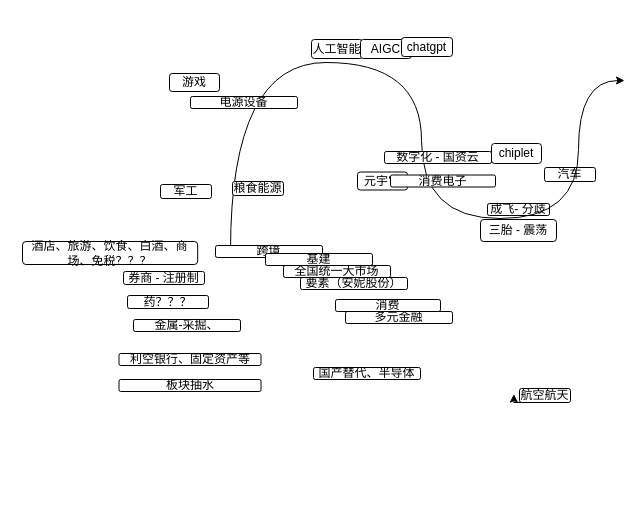
Above: menus/每日头脑风暴.drawio in Asamiyaa/microservice-k8s-yun (draw.io), before the change. Source tidied: cells renumbered, new cells numbered last; positions are measured from the earlier drawing's top-left corner, leaving out a move shared by most shapes. Both pictures are drawn from the tidied source at 100%, with x=0, y=0 at pixel (22, 37).
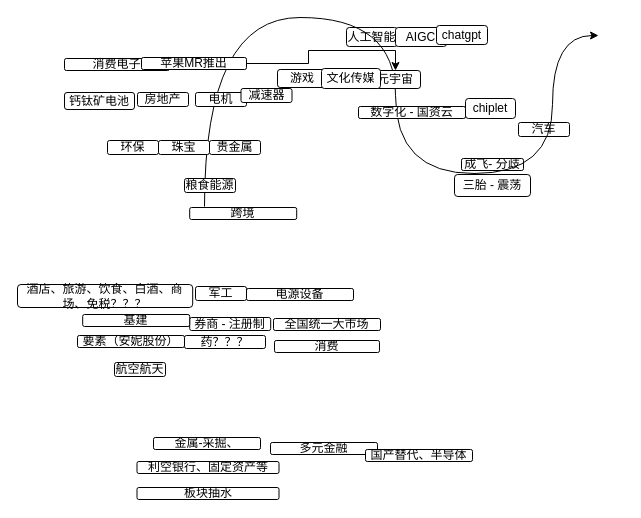
The same page after the edit.

Commit message:
更新每日头脑风暴.drawio

The edit, as a diff of the source:
```diff
@@
     <mxCell id="2" value="人工智能" style="rounded=1;whiteSpace=wrap;html=1;" parent="1" vertex="1">
-      <mxGeometry x="289" y="2" width="51" height="19" as="geometry" />
+      <mxGeometry x="324" y="-10" width="51" height="19" as="geometry" />
     </mxCell>
     <mxCell id="3" value="成飞- 分歧" style="rounded=1;whiteSpace=wrap;html=1;" parent="1" vertex="1">
-      <mxGeometry x="465" y="166" width="62" height="12" as="geometry" />
+      <mxGeometry x="439" y="121" width="62" height="12" as="geometry" />
     </mxCell>
     <mxCell id="4" value="三胎 - 震荡" style="rounded=1;whiteSpace=wrap;html=1;" parent="1" vertex="1">
-      <mxGeometry x="458" y="182" width="76" height="22" as="geometry" />
+      <mxGeometry x="432" y="137" width="76" height="22" as="geometry" />
     </mxCell>
     <mxCell id="5" value="汽车" style="rounded=1;whiteSpace=wrap;html=1;" parent="1" vertex="1">
-      <mxGeometry x="522" y="130" width="51" height="14" as="geometry" />
+      <mxGeometry x="496" y="85" width="51" height="14" as="geometry" />
     </mxCell>
     <mxCell id="6" style="edgeStyle=orthogonalEdgeStyle;curved=1;rounded=0;orthogonalLoop=1;jettySize=auto;html=1;exitX=1;exitY=0.5;exitDx=0;exitDy=0;" parent="1" edge="1">
       <mxGeometry relative="1" as="geometry">
-        <mxPoint x="208" y="214" as="sourcePoint" />
-        <mxPoint x="602" y="43" as="targetPoint" />
+        <mxPoint x="182" y="169" as="sourcePoint" />
+        <mxPoint x="576" y="-2" as="targetPoint" />
         <Array as="points">
-          <mxPoint x="208" y="25" />
-          <mxPoint x="399" y="25" />
-          <mxPoint x="399" y="181" />
-          <mxPoint x="556" y="181" />
+          <mxPoint x="182" y="-20" />
+          <mxPoint x="373" y="-20" />
+          <mxPoint x="373" y="136" />
+          <mxPoint x="530" y="136" />
         </Array>
       </mxGeometry>
     </mxCell>
     <mxCell id="7" value="券商 - 注册制" style="rounded=1;whiteSpace=wrap;html=1;" parent="1" vertex="1">
-      <mxGeometry x="101" y="234" width="81" height="13" as="geometry" />
+      <mxGeometry x="167.2" y="280" width="81" height="13" as="geometry" />
     </mxCell>
     <mxCell id="8" value="金属-采掘、" style="rounded=1;whiteSpace=wrap;html=1;" parent="1" vertex="1">
-      <mxGeometry x="111" y="282" width="107" height="12" as="geometry" />
+      <mxGeometry x="131" y="400" width="107" height="12" as="geometry" />
     </mxCell>
     <mxCell id="9" value="chiplet" style="rounded=1;whiteSpace=wrap;html=1;" parent="1" vertex="1">
-      <mxGeometry x="469" y="106" width="50" height="20" as="geometry" />
+      <mxGeometry x="443" y="61" width="50" height="20" as="geometry" />
     </mxCell>
     <mxCell id="10" value="游戏" style="rounded=1;whiteSpace=wrap;html=1;" parent="1" vertex="1">
-      <mxGeometry x="147" y="36" width="50" height="18" as="geometry" />
+      <mxGeometry x="255" y="32" width="50" height="18" as="geometry" />
     </mxCell>
     <mxCell id="11" value="酒店、旅游、饮食、白酒、商场、免税？？？" style="rounded=1;whiteSpace=wrap;html=1;" parent="1" vertex="1">
-      <mxGeometry y="204" width="175.2" height="23" as="geometry" />
+      <mxGeometry x="-5" y="247" width="175.2" height="23" as="geometry" />
     </mxCell>
     <mxCell id="12" value="要素（安妮股份）" style="rounded=1;whiteSpace=wrap;html=1;" parent="1" vertex="1">
-      <mxGeometry x="278" y="240" width="107" height="12" as="geometry" />
+      <mxGeometry x="55" y="298" width="107" height="12" as="geometry" />
     </mxCell>
     <mxCell id="13" value="全国统一大市场" style="rounded=1;whiteSpace=wrap;html=1;" parent="1" vertex="1">
-      <mxGeometry x="261" y="228" width="107" height="12" as="geometry" />
+      <mxGeometry x="251" y="281" width="107" height="12" as="geometry" />
     </mxCell>
     <mxCell id="14" value="多元金融" style="rounded=1;whiteSpace=wrap;html=1;" parent="1" vertex="1">
-      <mxGeometry x="323" y="274" width="107" height="12" as="geometry" />
+      <mxGeometry x="248" y="405" width="107" height="12" as="geometry" />
     </mxCell>
     <mxCell id="15" value="跨境" style="rounded=1;whiteSpace=wrap;html=1;" parent="1" vertex="1">
-      <mxGeometry x="193" y="208" width="107" height="12" as="geometry" />
+      <mxGeometry x="167.2" y="170" width="107" height="12" as="geometry" />
     </mxCell>
     <mxCell id="16" value="国产替代、半导体" style="rounded=1;whiteSpace=wrap;html=1;" parent="1" vertex="1">
-      <mxGeometry x="291" y="330" width="107" height="12" as="geometry" />
+      <mxGeometry x="343" y="412" width="107" height="12" as="geometry" />
     </mxCell>
     <mxCell id="17" value="数字化 - 国资云" style="rounded=1;whiteSpace=wrap;html=1;" parent="1" vertex="1">
-      <mxGeometry x="362" y="114" width="107" height="12" as="geometry" />
+      <mxGeometry x="336" y="69" width="107" height="12" as="geometry" />
     </mxCell>
     <mxCell id="18" value="基建" style="rounded=1;whiteSpace=wrap;html=1;" parent="1" vertex="1">
-      <mxGeometry x="243" y="216" width="107" height="12" as="geometry" />
+      <mxGeometry x="60.2" y="277" width="107" height="12" as="geometry" />
     </mxCell>
     <mxCell id="19" value="消费" style="rounded=1;whiteSpace=wrap;html=1;" parent="1" vertex="1">
-      <mxGeometry x="313" y="262" width="105" height="12" as="geometry" />
+      <mxGeometry x="252" y="303" width="105" height="12" as="geometry" />
     </mxCell>
     <mxCell id="20" value="利空银行、固定资产等" style="rounded=1;whiteSpace=wrap;html=1;" parent="1" vertex="1">
-      <mxGeometry x="96.5" y="316" width="142" height="12" as="geometry" />
+      <mxGeometry x="114.5" y="424" width="142" height="12" as="geometry" />
     </mxCell>
     <mxCell id="21" value="板块抽水" style="rounded=1;whiteSpace=wrap;html=1;" parent="1" vertex="1">
-      <mxGeometry x="96.5" y="342" width="142" height="12" as="geometry" />
+      <mxGeometry x="114.5" y="450" width="142" height="12" as="geometry" />
     </mxCell>
     <mxCell id="22" value="元宇宙" style="rounded=1;whiteSpace=wrap;html=1;" parent="1" vertex="1">
-      <mxGeometry x="335" y="134.5" width="50" height="18" as="geometry" />
+      <mxGeometry x="348" y="33" width="50" height="18" as="geometry" />
     </mxCell>
     <mxCell id="23" value="消费电子" style="rounded=1;whiteSpace=wrap;html=1;" parent="1" vertex="1">
-      <mxGeometry x="368" y="137.5" width="105" height="12" as="geometry" />
+      <mxGeometry x="42" y="21" width="105" height="12" as="geometry" />
     </mxCell>
     <mxCell id="24" value="药？？？" style="rounded=1;whiteSpace=wrap;html=1;" parent="1" vertex="1">
-      <mxGeometry x="105" y="258" width="81" height="13" as="geometry" />
+      <mxGeometry x="162" y="298" width="81" height="13" as="geometry" />
     </mxCell>
-    <mxCell id="25" style="edgeStyle=orthogonalEdgeStyle;rounded=0;jettySize=auto;html=1;exitX=0.5;exitY=1;exitDx=0;exitDy=0;" parent="1" edge="1" source="26">
-      <mxGeometry relative="1" as="geometry">
-        <mxPoint x="491.4" y="356.6" as="targetPoint" />
-      </mxGeometry>
-    </mxCell>
     <mxCell id="26" value="航空航天" style="rounded=1;whiteSpace=wrap;html=1;" parent="1" vertex="1">
-      <mxGeometry x="497" y="351" width="51" height="14" as="geometry" />
+      <mxGeometry x="92" y="325" width="51" height="14" as="geometry" />
     </mxCell>
     <mxCell id="27" value="电源设备" style="rounded=1;whiteSpace=wrap;html=1;" parent="1" vertex="1">
-      <mxGeometry x="168" y="59" width="107" height="12" as="geometry" />
+      <mxGeometry x="224" y="251" width="107" height="12" as="geometry" />
     </mxCell>
     <mxCell id="28" value="军工" style="rounded=1;whiteSpace=wrap;html=1;" parent="1" vertex="1">
-      <mxGeometry x="138" y="147" width="51" height="14" as="geometry" />
+      <mxGeometry x="173" y="249" width="51" height="14" as="geometry" />
     </mxCell>
     <mxCell id="29" value="粮食能源" style="rounded=1;whiteSpace=wrap;html=1;" parent="1" vertex="1">
-      <mxGeometry x="210" y="144" width="51" height="14" as="geometry" />
+      <mxGeometry x="162" y="141" width="51" height="14" as="geometry" />
     </mxCell>
     <mxCell id="30" value="AIGC" style="rounded=1;whiteSpace=wrap;html=1;" parent="1" vertex="1">
-      <mxGeometry x="338" y="2" width="51" height="19" as="geometry" />
+      <mxGeometry x="373" y="-10" width="51" height="19" as="geometry" />
     </mxCell>
     <mxCell id="31" value="chatgpt" style="rounded=1;whiteSpace=wrap;html=1;" parent="1" vertex="1">
-      <mxGeometry x="379" width="51" height="19" as="geometry" />
+      <mxGeometry x="414" y="-12" width="51" height="19" as="geometry" />
     </mxCell>
+    <mxCell id="32" value="房地产" style="rounded=1;whiteSpace=wrap;html=1;" parent="1" vertex="1">
+      <mxGeometry x="115" y="55" width="51" height="14" as="geometry" />
+    </mxCell>
+    <mxCell id="33" value="电机" style="rounded=1;whiteSpace=wrap;html=1;" parent="1" vertex="1">
+      <mxGeometry x="173" y="55" width="51" height="14" as="geometry" />
+    </mxCell>
+    <mxCell id="34" value="钙钛矿电池" style="rounded=1;whiteSpace=wrap;html=1;" parent="1" vertex="1">
+      <mxGeometry x="42" y="55" width="70" height="17" as="geometry" />
+    </mxCell>
+    <mxCell id="35" value="珠宝" style="rounded=1;whiteSpace=wrap;html=1;" parent="1" vertex="1">
+      <mxGeometry x="136" y="103" width="51" height="14" as="geometry" />
+    </mxCell>
+    <mxCell id="36" value="环保" style="rounded=1;whiteSpace=wrap;html=1;" parent="1" vertex="1">
+      <mxGeometry x="85" y="103" width="51" height="14" as="geometry" />
+    </mxCell>
+    <mxCell id="37" value="文化传媒" style="rounded=1;whiteSpace=wrap;html=1;" parent="1" vertex="1">
+      <mxGeometry x="299" y="31" width="59" height="20" as="geometry" />
+    </mxCell>
+    <mxCell id="38" value="减速器" style="rounded=1;whiteSpace=wrap;html=1;" parent="1" vertex="1">
+      <mxGeometry x="218.5" y="51" width="51" height="14" as="geometry" />
+    </mxCell>
+    <mxCell id="39" value="贵金属" style="rounded=1;whiteSpace=wrap;html=1;" parent="1" vertex="1">
+      <mxGeometry x="187" y="103" width="51" height="14" as="geometry" />
+    </mxCell>
+    <mxCell id="40" style="edgeStyle=orthogonalEdgeStyle;rounded=0;jettySize=auto;html=1;exitX=1;exitY=0.5;exitDx=0;exitDy=0;" parent="1" edge="1" source="41" target="22">
+      <mxGeometry relative="1" as="geometry" />
+    </mxCell>
+    <mxCell id="41" value="苹果MR推出" style="rounded=1;whiteSpace=wrap;html=1;" parent="1" vertex="1">
+      <mxGeometry x="119" y="20" width="105" height="12" as="geometry" />
+    </mxCell>
```
